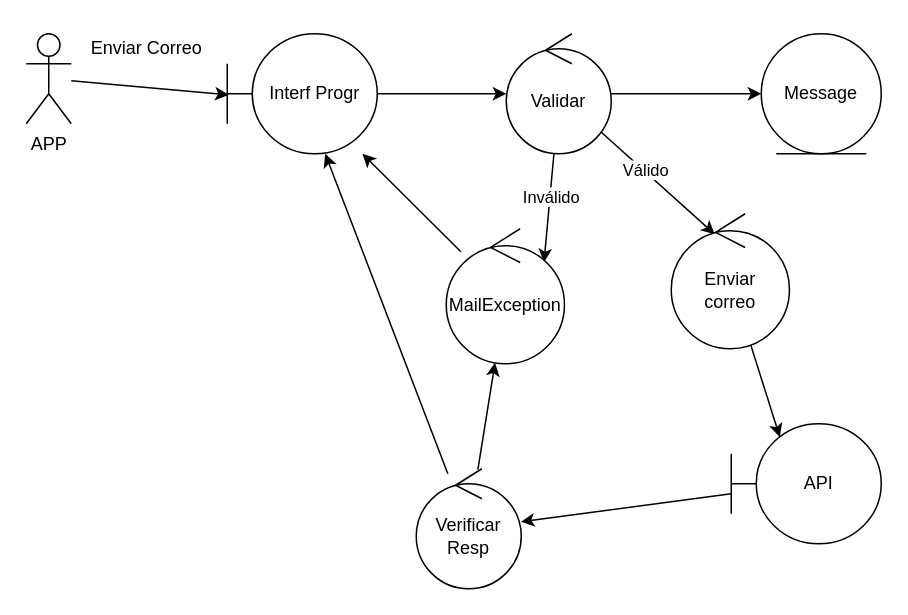
Before: page "Robustness" (1 of 2) of docs/diagrams/UC1.drawio in SilverFlin/MailSender, a draw.io diagram. Source tidied: cells renumbered, new cells numbered last; positions are measured from the earlier drawing's top-left corner, leaving out a move shared by most shapes. Both pictures are drawn from the tidied source at 150%, with x=0, y=0 at pixel (26, 26).
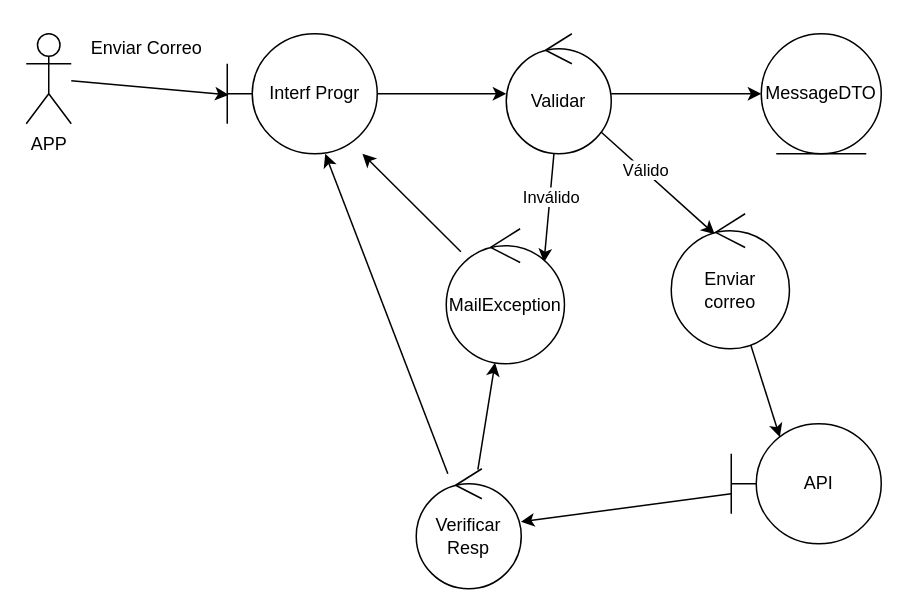
The same page after the edit.

Change to the diagram source:
```diff
@@
-    <mxCell id="12" value="Message" style="ellipse;shape=umlEntity;whiteSpace=wrap;html=1;" parent="1" vertex="1">
+    <mxCell id="12" value="MessageDTO" style="ellipse;shape=umlEntity;whiteSpace=wrap;html=1;" parent="1" vertex="1">
       <mxGeometry x="490" y="5" width="80" height="80" as="geometry" />
     </mxCell>
```
